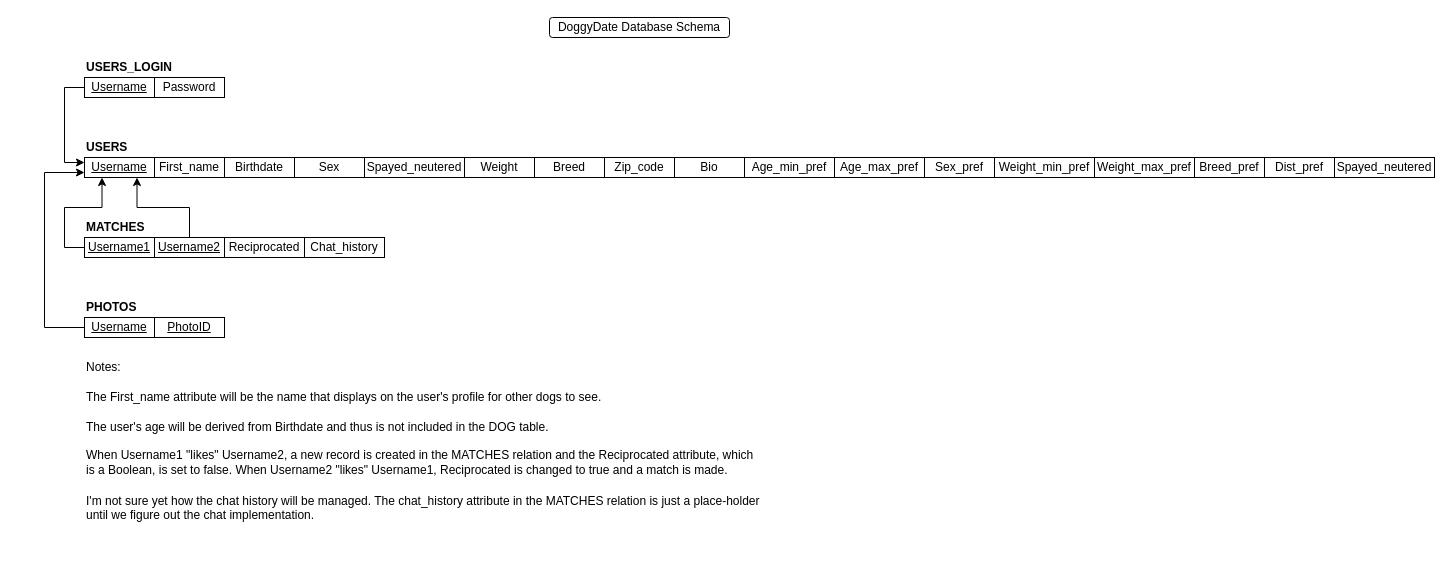
The draw.io diagram Documentation/Database-Schema_DoggyDate.drawio in joshitha14/cosc617group2, before the edit. Source tidied: cells renumbered, new cells numbered last; positions are measured from the earlier drawing's top-left corner, leaving out a move shared by most shapes. Both pictures are drawn from the tidied source at 100%, with x=0, y=0 at pixel (44, 17).
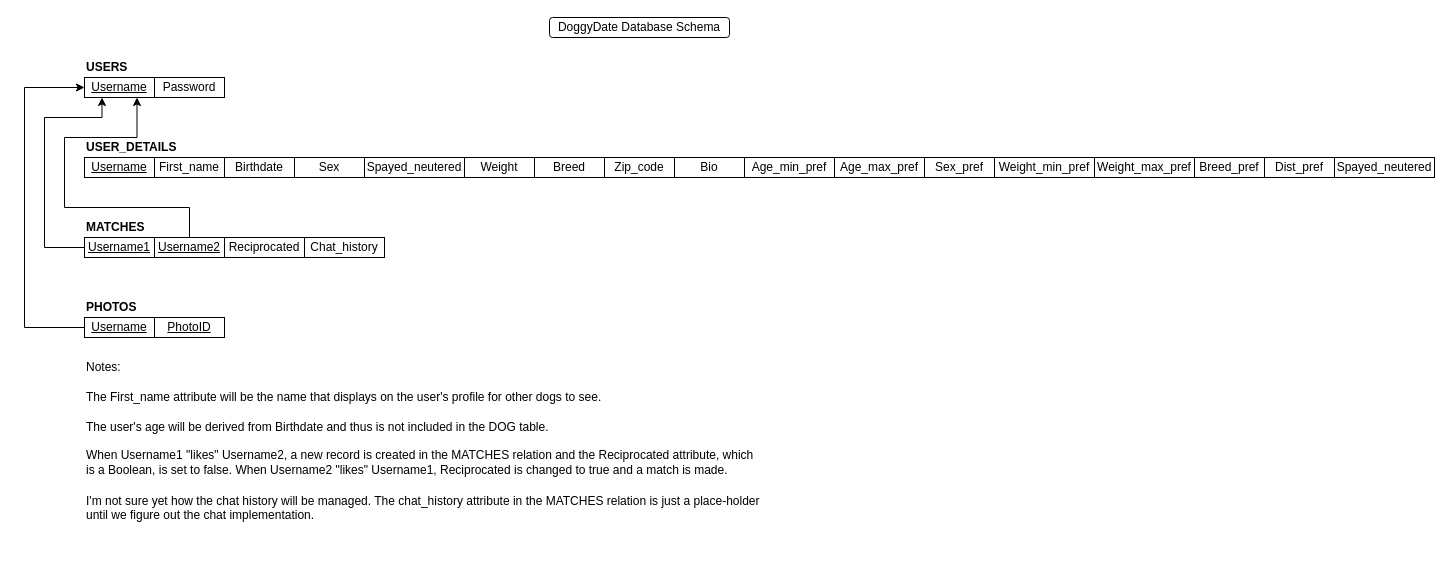
After the change.

The change refers to these unchanged cells:
```xml
<mxCell id="9" value="&lt;u&gt;Username&lt;/u&gt;" style="rounded=0;whiteSpace=wrap;html=1;" parent="1" vertex="1">
  <mxGeometry x="40" y="300" width="70" height="20" as="geometry" />
</mxCell>
<mxCell id="17" value="&lt;u&gt;Username2&lt;/u&gt;" style="rounded=0;whiteSpace=wrap;html=1;" parent="1" vertex="1">
  <mxGeometry x="110" y="220" width="70" height="20" as="geometry" />
</mxCell>
<mxCell id="19" value="&lt;u&gt;Username1&lt;/u&gt;" style="rounded=0;whiteSpace=wrap;html=1;" parent="1" vertex="1">
  <mxGeometry x="40" y="220" width="70" height="20" as="geometry" />
</mxCell>
<mxCell id="22" value="&lt;u&gt;Username&lt;/u&gt;" style="rounded=0;whiteSpace=wrap;html=1;" parent="1" vertex="1">
  <mxGeometry x="40" y="140" width="70" height="20" as="geometry" />
</mxCell>
<mxCell id="33" value="&lt;u&gt;Username&lt;/u&gt;" style="rounded=0;whiteSpace=wrap;html=1;" parent="1" vertex="1">
  <mxGeometry x="40" y="60" width="70" height="20" as="geometry" />
</mxCell>
```

Diff of the diagram source:
```diff
@@
-    <mxCell id="8" style="edgeStyle=orthogonalEdgeStyle;rounded=0;jettySize=auto;html=1;exitX=0;exitY=0.5;exitDx=0;exitDy=0;entryX=0;entryY=0.75;entryDx=0;entryDy=0;" parent="1" edge="1" source="9" target="22">
+    <mxCell id="8" style="edgeStyle=orthogonalEdgeStyle;rounded=0;jettySize=auto;html=1;exitX=0;exitY=0.5;exitDx=0;exitDy=0;entryX=0;entryY=0.5;entryDx=0;entryDy=0;" parent="1" edge="1" source="9" target="33">
       <mxGeometry relative="1" as="geometry">
         <Array as="points">
-          <mxPoint y="310" />
-          <mxPoint y="155" />
+          <mxPoint x="-20" y="310" />
+          <mxPoint x="-20" y="70" />
         </Array>
       </mxGeometry>
     </mxCell>
@@
-    <mxCell id="16" style="edgeStyle=orthogonalEdgeStyle;rounded=0;jettySize=auto;html=1;exitX=0.5;exitY=0;exitDx=0;exitDy=0;entryX=0.75;entryY=1;entryDx=0;entryDy=0;" parent="1" edge="1" source="17" target="22">
-      <mxGeometry relative="1" as="geometry" />
+    <mxCell id="16" style="edgeStyle=orthogonalEdgeStyle;rounded=0;jettySize=auto;html=1;exitX=0.5;exitY=0;exitDx=0;exitDy=0;entryX=0.75;entryY=1;entryDx=0;entryDy=0;" parent="1" edge="1" source="17" target="33">
+      <mxGeometry relative="1" as="geometry">
+        <Array as="points">
+          <mxPoint x="145" y="190" />
+          <mxPoint x="20" y="190" />
+          <mxPoint x="20" y="120" />
+          <mxPoint x="93" y="120" />
+        </Array>
+      </mxGeometry>
     </mxCell>
@@
-    <mxCell id="18" style="edgeStyle=orthogonalEdgeStyle;rounded=0;jettySize=auto;html=1;exitX=0;exitY=0.5;exitDx=0;exitDy=0;entryX=0.25;entryY=1;entryDx=0;entryDy=0;" parent="1" edge="1" source="19" target="22">
-      <mxGeometry relative="1" as="geometry" />
+    <mxCell id="18" style="edgeStyle=orthogonalEdgeStyle;rounded=0;jettySize=auto;html=1;exitX=0;exitY=0.5;exitDx=0;exitDy=0;entryX=0.25;entryY=1;entryDx=0;entryDy=0;" parent="1" edge="1" source="19" target="33">
+      <mxGeometry relative="1" as="geometry">
+        <Array as="points">
+          <mxPoint y="230" />
+          <mxPoint y="100" />
+          <mxPoint x="58" y="100" />
+        </Array>
+      </mxGeometry>
     </mxCell>
@@
-    <mxCell id="23" value="&lt;b&gt;USERS&lt;/b&gt;" style="text;html=1;align=left;verticalAlign=middle;" parent="1" vertex="1">
-      <mxGeometry x="40" y="120" width="60" height="20" as="geometry" />
+    <mxCell id="23" value="&lt;b&gt;USER_DETAILS&lt;/b&gt;" style="text;html=1;align=left;verticalAlign=middle;" parent="1" vertex="1">
+      <mxGeometry x="40" y="120" width="110" height="20" as="geometry" />
     </mxCell>
@@
-    <mxCell id="32" style="edgeStyle=orthogonalEdgeStyle;rounded=0;jettySize=auto;html=1;exitX=0;exitY=0.5;exitDx=0;exitDy=0;entryX=0;entryY=0.25;entryDx=0;entryDy=0;" parent="1" edge="1" source="33" target="22">
-      <mxGeometry relative="1" as="geometry" />
-    </mxCell>
@@
-    <mxCell id="34" value="&lt;b&gt;USERS_LOGIN&lt;/b&gt;" style="text;html=1;align=left;verticalAlign=middle;" parent="1" vertex="1">
-      <mxGeometry x="40" y="40" width="100" height="20" as="geometry" />
+    <mxCell id="34" value="&lt;b&gt;USERS&lt;/b&gt;" style="text;html=1;align=left;verticalAlign=middle;" parent="1" vertex="1">
+      <mxGeometry x="40" y="40" width="60" height="20" as="geometry" />
     </mxCell>
```
